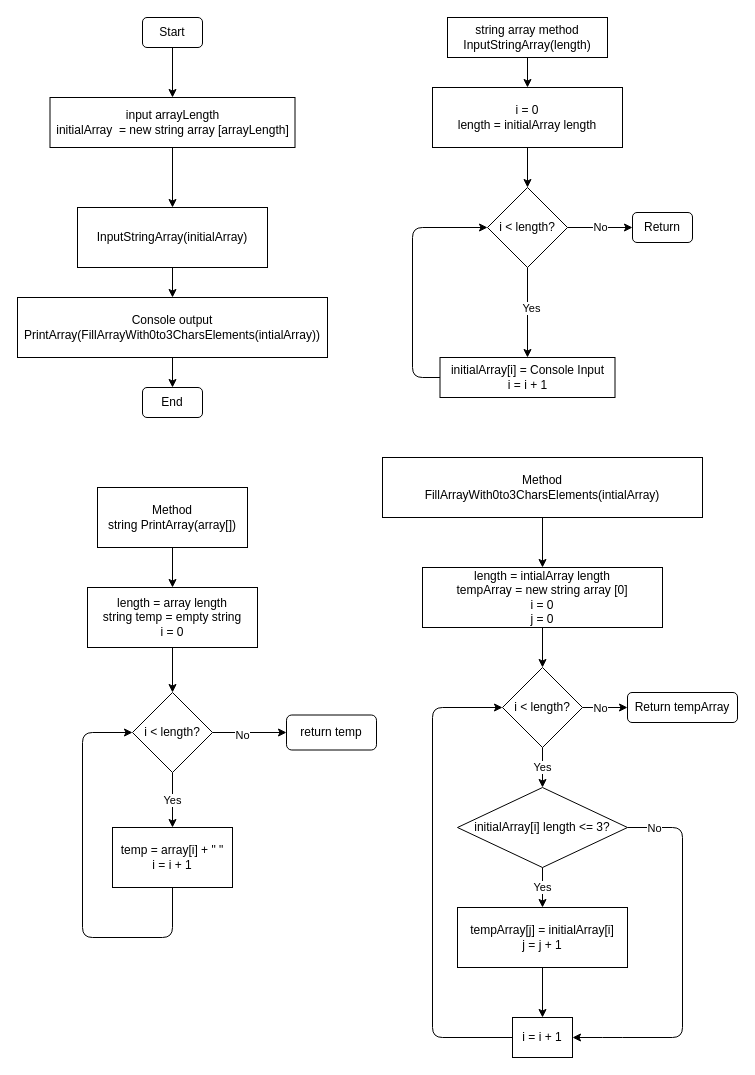
The draw.io diagram BlockDiagram.drawio in MaksimDorokhin/GBBlock1TestWork, before the edit. Source tidied: cells renumbered, new cells numbered last; positions are measured from the earlier drawing's top-left corner, leaving out a move shared by most shapes. Both pictures are drawn from the tidied source at 100%, with x=0, y=0 at pixel (17, 17).
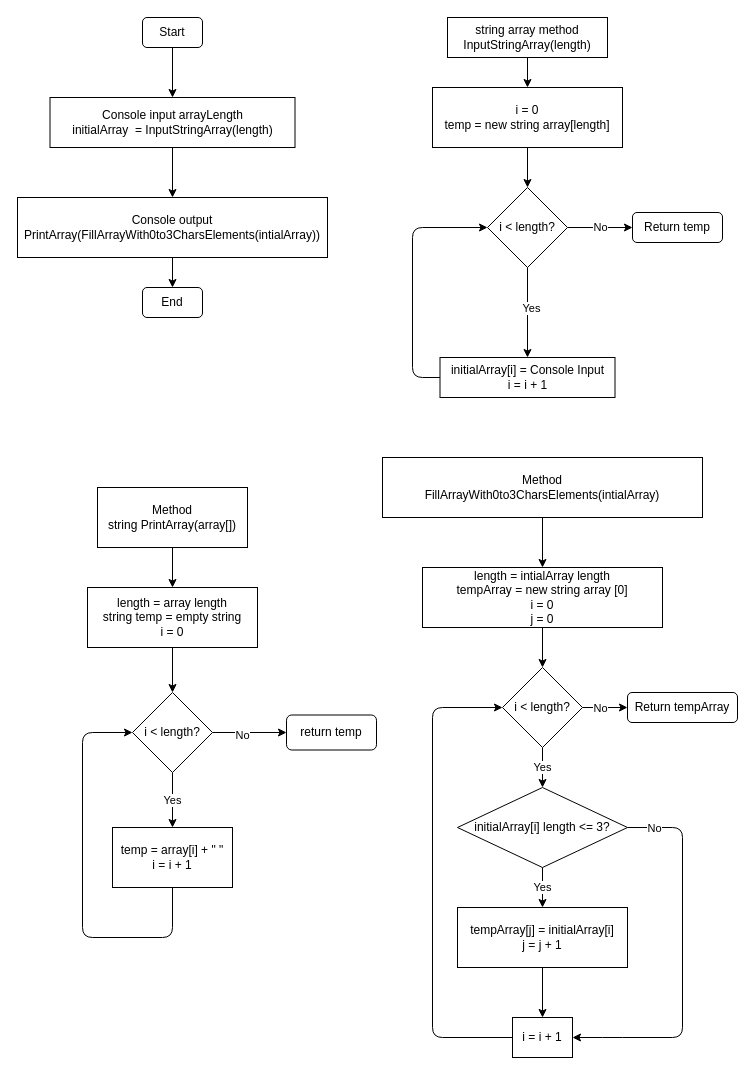
Above is the later version.

Commit message:
Updated Block Diagram DRAW IO

Diff of the diagram source:
```diff
@@
-    <mxCell id="4" style="edgeStyle=none;html=1;entryX=0.5;entryY=0;entryDx=0;entryDy=0;" parent="1" edge="1" source="5" target="7">
+    <mxCell id="4" style="edgeStyle=none;html=1;entryX=0.5;entryY=0;entryDx=0;entryDy=0;" parent="1" edge="1" source="5" target="9">
       <mxGeometry relative="1" as="geometry" />
     </mxCell>
-    <mxCell id="5" value="input arrayLength&lt;br&gt;initialArray&amp;nbsp; = new string array [arrayLength]" style="rounded=0;whiteSpace=wrap;html=1;" parent="1" vertex="1">
+    <mxCell id="5" value="Console input arrayLength&lt;br&gt;initialArray&amp;nbsp; = InputStringArray(length)" style="rounded=0;whiteSpace=wrap;html=1;" parent="1" vertex="1">
       <mxGeometry x="32.5" y="80" width="245" height="50" as="geometry" />
     </mxCell>
-    <mxCell id="6" style="edgeStyle=none;html=1;entryX=0.5;entryY=0;entryDx=0;entryDy=0;" parent="1" edge="1" source="7">
-      <mxGeometry relative="1" as="geometry">
-        <mxPoint x="155" y="280" as="targetPoint" />
-      </mxGeometry>
-    </mxCell>
-    <mxCell id="7" value="InputStringArray(initialArray)" style="rounded=0;whiteSpace=wrap;html=1;" parent="1" vertex="1">
-      <mxGeometry x="60" y="190" width="190" height="60" as="geometry" />
-    </mxCell>
@@
     <mxCell id="9" value="Console output &lt;br&gt;PrintArray(FillArrayWith0to3CharsElements(intialArray))" style="rounded=0;whiteSpace=wrap;html=1;" parent="1" vertex="1">
-      <mxGeometry y="280" width="310" height="60" as="geometry" />
+      <mxGeometry y="180" width="310" height="60" as="geometry" />
     </mxCell>
     <mxCell id="10" value="End" style="rounded=1;whiteSpace=wrap;html=1;" parent="1" vertex="1">
-      <mxGeometry x="125" y="370" width="60" height="30" as="geometry" />
+      <mxGeometry x="125" y="270" width="60" height="30" as="geometry" />
     </mxCell>
@@
-    <mxCell id="14" value="i = 0&lt;br&gt;length = initialArray length" style="rounded=0;whiteSpace=wrap;html=1;" parent="1" vertex="1">
+    <mxCell id="14" value="i = 0&lt;br&gt;temp = new string array[length]" style="rounded=0;whiteSpace=wrap;html=1;" parent="1" vertex="1">
       <mxGeometry x="415" y="70" width="190" height="60" as="geometry" />
     </mxCell>
@@
-    <mxCell id="21" value="Return" style="rounded=1;whiteSpace=wrap;html=1;" parent="1" vertex="1">
-      <mxGeometry x="615" y="195" width="60" height="30" as="geometry" />
+    <mxCell id="21" value="Return temp" style="rounded=1;whiteSpace=wrap;html=1;" parent="1" vertex="1">
+      <mxGeometry x="615" y="195" width="90" height="30" as="geometry" />
     </mxCell>
```
